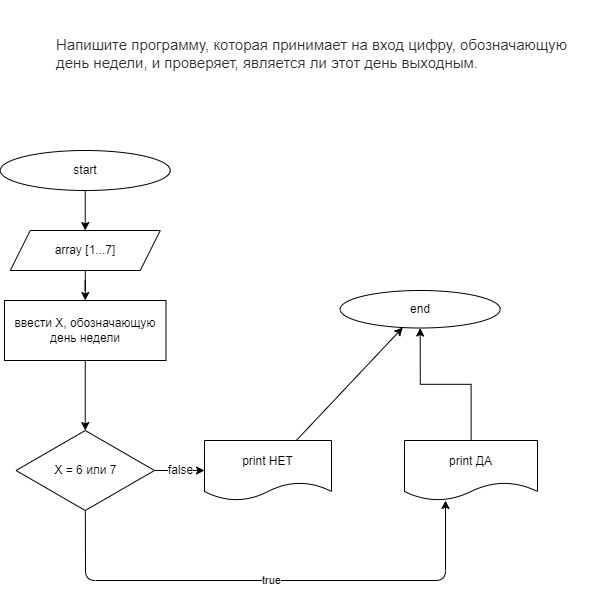
Before: dz3_zadacha19/digram.drawio.png, a diagram exported from draw.io (sntitar/DZ_C-). Source tidied: cells renumbered, new cells last; positions are measured from the earlier drawing's top-left corner, leaving out a move shared by most shapes.
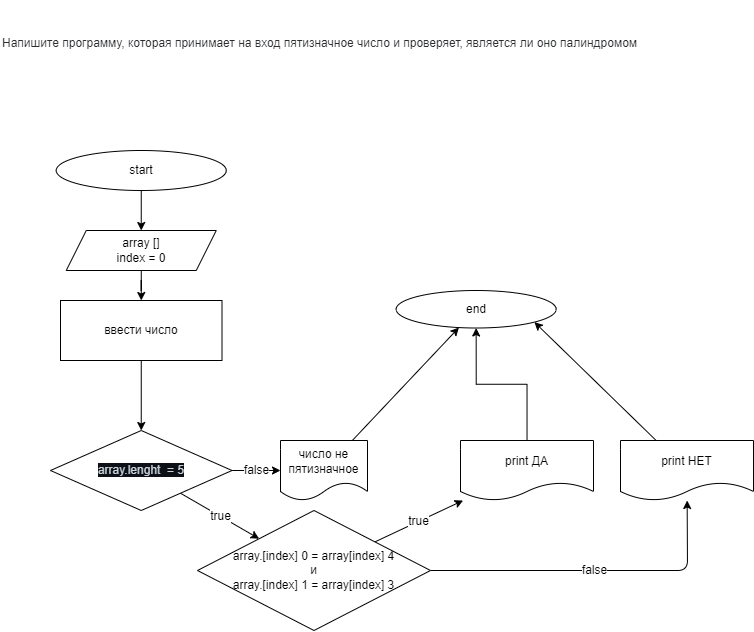
After the change.

Change to the diagram source:
```diff
@@ -13,13 +13,13 @@
         <mxPoint x="84.8" y="300" as="targetPoint" />
       </mxGeometry>
     </mxCell>
-    <mxCell id="5" value="array [1...7]" style="shape=parallelogram;perimeter=parallelogramPerimeter;whiteSpace=wrap;html=1;fixedSize=1;" parent="1" vertex="1">
+    <mxCell id="5" value="array []&lt;br&gt;index = 0" style="shape=parallelogram;perimeter=parallelogramPerimeter;whiteSpace=wrap;html=1;fixedSize=1;" parent="1" vertex="1">
       <mxGeometry x="9.8" y="230" width="150" height="40" as="geometry" />
     </mxCell>
     <mxCell id="6" style="edgeStyle=none;html=1;fontSize=12;" parent="1" edge="1" source="7" target="13">
       <mxGeometry relative="1" as="geometry" />
     </mxCell>
-    <mxCell id="7" value="&lt;span&gt;ввести X, обозначающую день недели&lt;/span&gt;" style="whiteSpace=wrap;html=1;" parent="1" vertex="1">
+    <mxCell id="7" value="&lt;span&gt;ввести число&lt;/span&gt;" style="whiteSpace=wrap;html=1;" parent="1" vertex="1">
       <mxGeometry x="4" y="300" width="161.5" height="60" as="geometry" />
     </mxCell>
     <mxCell id="8" style="edgeStyle=orthogonalEdgeStyle;rounded=0;jettySize=auto;html=1;" parent="1" edge="1" source="9" target="10">
@@ -31,31 +31,42 @@
     <mxCell id="10" value="end" style="ellipse;whiteSpace=wrap;html=1;" parent="1" vertex="1">
       <mxGeometry x="339.7" y="290" width="160" height="37.5" as="geometry" />
     </mxCell>
-    <mxCell id="11" value="false" style="edgeStyle=none;html=1;fontSize=12;" parent="1" edge="1" source="13">
-      <mxGeometry relative="1" as="geometry">
-        <mxPoint x="204" y="470" as="targetPoint" />
-      </mxGeometry>
+    <mxCell id="11" value="false" style="edgeStyle=none;html=1;fontSize=12;" parent="1" edge="1" source="13" target="16">
+      <mxGeometry relative="1" as="geometry" />
     </mxCell>
-    <mxCell id="12" value="true" style="edgeStyle=none;html=1;" parent="1" edge="1" source="13">
-      <mxGeometry relative="1" as="geometry">
-        <mxPoint x="445" y="500" as="targetPoint" />
-        <Array as="points">
-          <mxPoint x="85" y="580" />
-          <mxPoint x="445" y="580" />
-        </Array>
-      </mxGeometry>
-    </mxCell>
+    <mxCell id="17" value="true" style="edgeStyle=none;html=1;fontSize=12;" parent="1" edge="1" source="13" target="21">
+      <mxGeometry relative="1" as="geometry" />
+    </mxCell>
-    <mxCell id="13" value="X = 6 или 7" style="rhombus;whiteSpace=wrap;html=1;" parent="1" vertex="1">
-      <mxGeometry x="15.5" y="430" width="138.5" height="80" as="geometry" />
+    <mxCell id="13" value="&lt;font color=&quot;#c9d1d9&quot;&gt;&lt;span style=&quot;background-color: rgb(13 , 17 , 23)&quot;&gt;array.lenght&amp;nbsp; = 5&lt;/span&gt;&lt;/font&gt;" style="rhombus;whiteSpace=wrap;html=1;" parent="1" vertex="1">
+      <mxGeometry x="-6" y="430" width="181.5" height="80" as="geometry" />
     </mxCell>
-    <mxCell id="14" value="&#10;&#10;&lt;span style=&quot;color: rgb(44, 45, 48); font-family: roboto, &amp;quot;san francisco&amp;quot;, &amp;quot;helvetica neue&amp;quot;, helvetica, arial; font-size: 15px; font-style: normal; font-weight: 400; letter-spacing: normal; text-indent: 0px; text-transform: none; word-spacing: 0px; background-color: rgb(255, 255, 255); display: inline; float: none;&quot;&gt;Напишите программу, которая принимает на вход цифру, обозначающую день недели, и проверяет, является ли этот день выходным.&lt;/span&gt;&#10;&#10;" style="text;whiteSpace=wrap;html=1;" parent="1" vertex="1">
-      <mxGeometry x="54" width="550" height="50" as="geometry" />
-    </mxCell>
     <mxCell id="15" style="edgeStyle=none;html=1;" parent="1" edge="1" source="16" target="10">
       <mxGeometry relative="1" as="geometry" />
     </mxCell>
-    <mxCell id="16" value="print НЕТ" style="shape=document;whiteSpace=wrap;html=1;boundedLbl=1;" parent="1" vertex="1">
-      <mxGeometry x="204" y="440" width="127" height="60" as="geometry" />
+    <mxCell id="16" value="число не пятизначное" style="shape=document;whiteSpace=wrap;html=1;boundedLbl=1;" parent="1" vertex="1">
+      <mxGeometry x="224" y="440" width="87" height="60" as="geometry" />
     </mxCell>
+    <mxCell id="18" value="&lt;font style=&quot;font-size: 12px&quot;&gt;&lt;br&gt;&lt;br&gt;&lt;span style=&quot;color: rgb(44 , 45 , 48) ; font-family: &amp;#34;roboto&amp;#34; , &amp;#34;san francisco&amp;#34; , &amp;#34;helvetica neue&amp;#34; , &amp;#34;helvetica&amp;#34; , &amp;#34;arial&amp;#34; ; font-style: normal ; font-weight: 400 ; letter-spacing: normal ; text-indent: 0px ; text-transform: none ; word-spacing: 0px ; background-color: rgb(255 , 255 , 255) ; display: inline ; float: none&quot;&gt;Напишите программу, которая принимает на вход пятизначное число и проверяет, является ли оно палиндромом&lt;/span&gt;&lt;br&gt;&lt;/font&gt;" style="text;whiteSpace=wrap;html=1;" parent="1" vertex="1">
+      <mxGeometry x="-56" width="730" height="50" as="geometry" />
+    </mxCell>
+    <mxCell id="19" value="true" style="edgeStyle=none;html=1;fontSize=12;" parent="1" edge="1" source="21" target="9">
+      <mxGeometry relative="1" as="geometry" />
+    </mxCell>
+    <mxCell id="20" value="false" style="edgeStyle=none;html=1;fontSize=12;" parent="1" edge="1" source="21" target="23">
+      <mxGeometry relative="1" as="geometry">
+        <Array as="points">
+          <mxPoint x="631" y="570" />
+        </Array>
+      </mxGeometry>
+    </mxCell>
+    <mxCell id="21" value="array.[index] 0 = array[index] 4&lt;br&gt;и&lt;br&gt;array.[index] 1 = array[index] 3" style="rhombus;whiteSpace=wrap;html=1;" parent="1" vertex="1">
+      <mxGeometry x="141" y="510" width="233" height="120" as="geometry" />
+    </mxCell>
+    <mxCell id="22" style="edgeStyle=none;html=1;entryX=1;entryY=1;entryDx=0;entryDy=0;fontSize=12;" parent="1" edge="1" source="23" target="10">
+      <mxGeometry relative="1" as="geometry" />
+    </mxCell>
+    <mxCell id="23" value="print НЕТ" style="shape=document;whiteSpace=wrap;html=1;boundedLbl=1;" parent="1" vertex="1">
+      <mxGeometry x="564" y="440" width="133" height="60" as="geometry" />
+    </mxCell>
   </root>
 </mxGraphModel>
```
